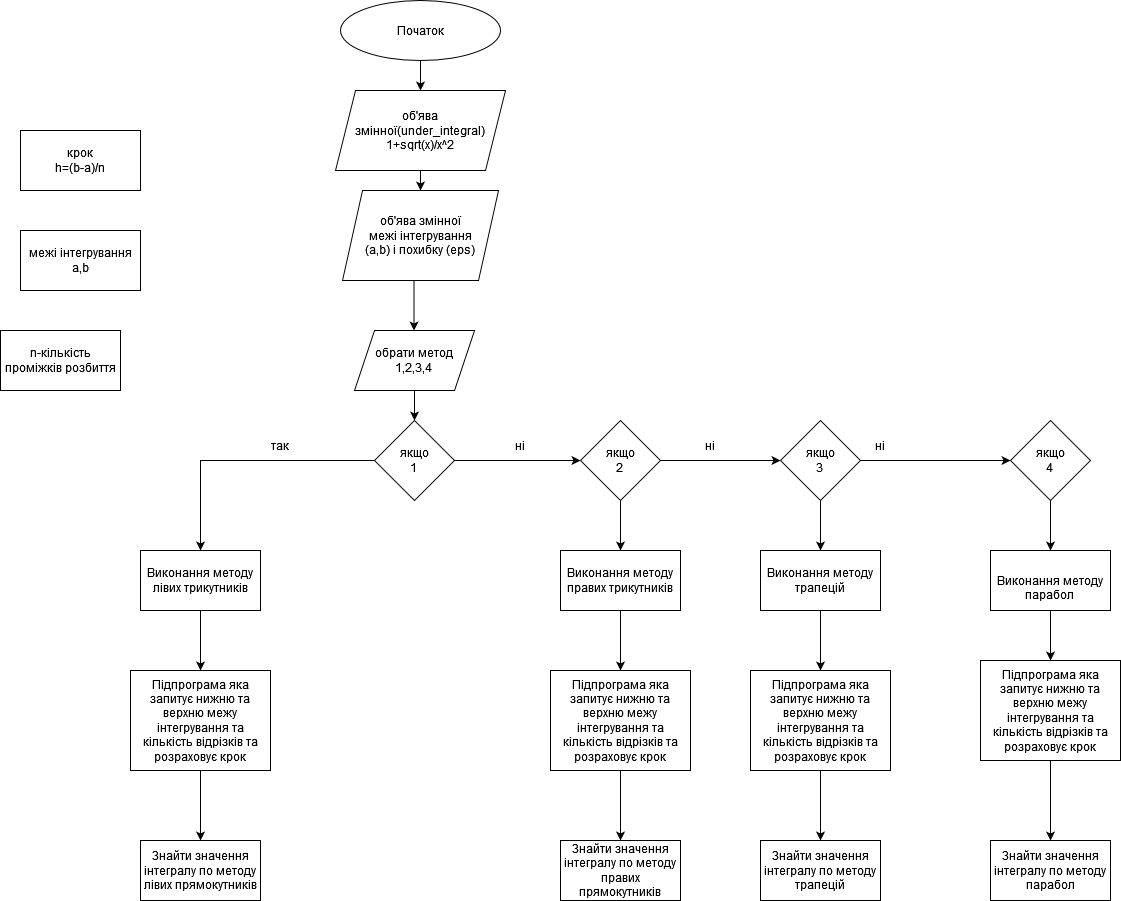
This is Луцкевич_Володимир_РЕ-12_Схема_.drawio.png from VolodymyrLutskevych-PE-12/Lab_2_Volodymyr-Lutskevych_PE-12_-1-, a draw.io export, as it was before one commit. Source tidied: cells renumbered, new cells last; positions are measured from the earlier drawing's top-left corner, leaving out a move shared by most shapes.
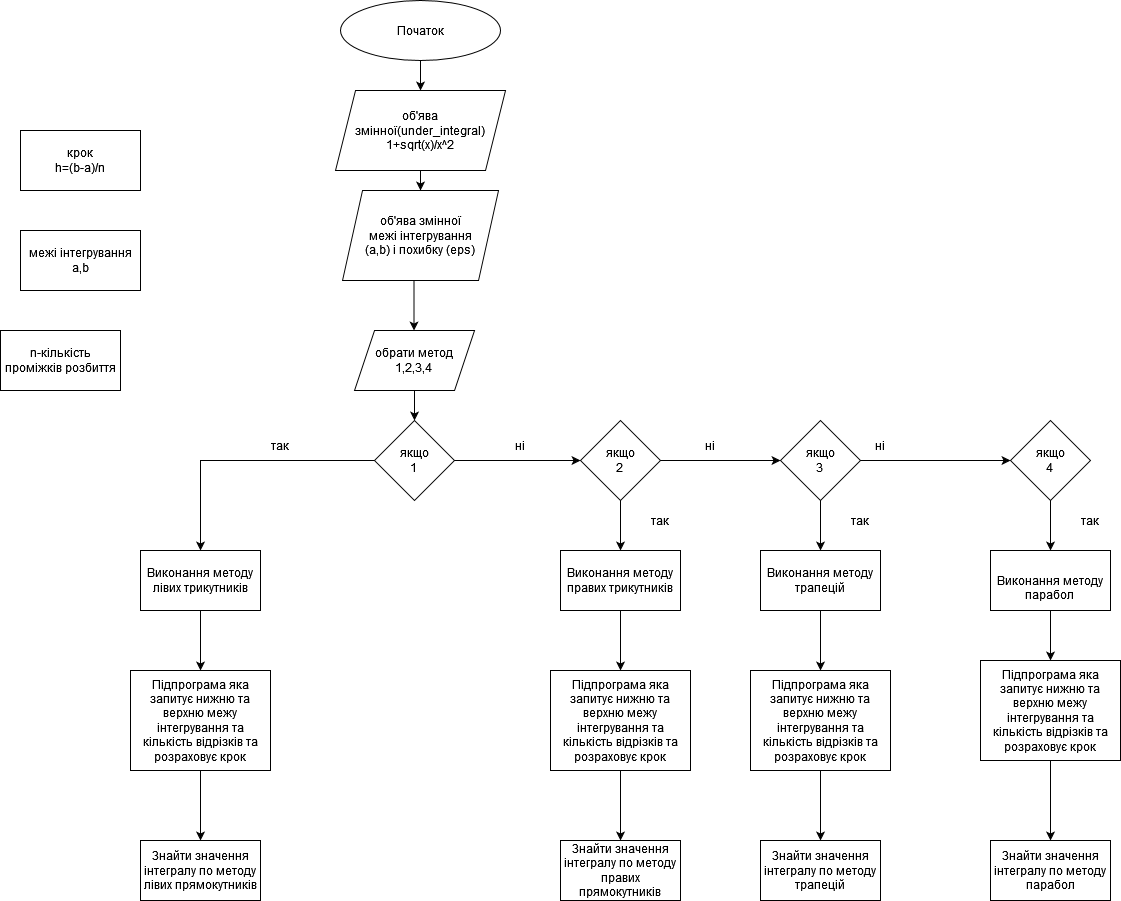
The same file after the commit.

Diff of the diagram source:
```diff
@@ -145,5 +145,14 @@
     <mxCell id="47" value="Знайти значення інтегралу по методу парабол" style="rounded=0;whiteSpace=wrap;html=1;" parent="1" vertex="1">
       <mxGeometry x="990" y="840" width="120" height="60" as="geometry" />
     </mxCell>
+    <mxCell id="48" value="так" style="text;html=1;strokeColor=none;fillColor=none;align=center;verticalAlign=middle;whiteSpace=wrap;rounded=0;" parent="1" vertex="1">
+      <mxGeometry x="630" y="505" width="60" height="30" as="geometry" />
+    </mxCell>
+    <mxCell id="49" value="так" style="text;html=1;strokeColor=none;fillColor=none;align=center;verticalAlign=middle;whiteSpace=wrap;rounded=0;" parent="1" vertex="1">
+      <mxGeometry x="830" y="505" width="60" height="30" as="geometry" />
+    </mxCell>
+    <mxCell id="50" value="так" style="text;html=1;strokeColor=none;fillColor=none;align=center;verticalAlign=middle;whiteSpace=wrap;rounded=0;" parent="1" vertex="1">
+      <mxGeometry x="1060" y="505" width="60" height="30" as="geometry" />
+    </mxCell>
   </root>
 </mxGraphModel>
```
